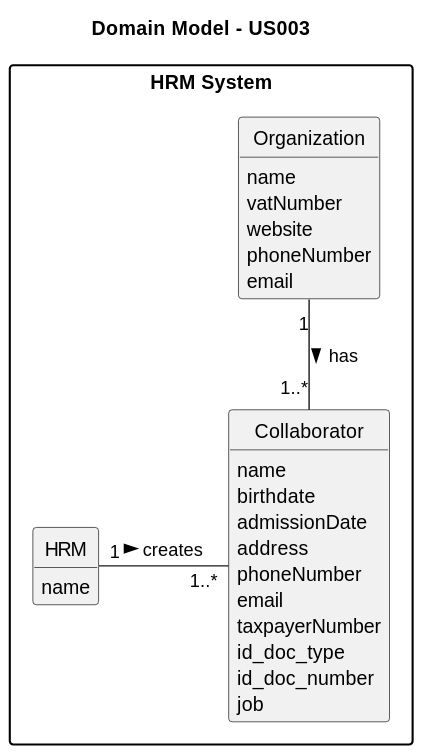
Before: docs/sprintA/us003/02.analysis/svg/us003-domain-model.svg, a diagram exported from PlantUML (SAEmanuel/Green_Spaces_Management_ISEP).
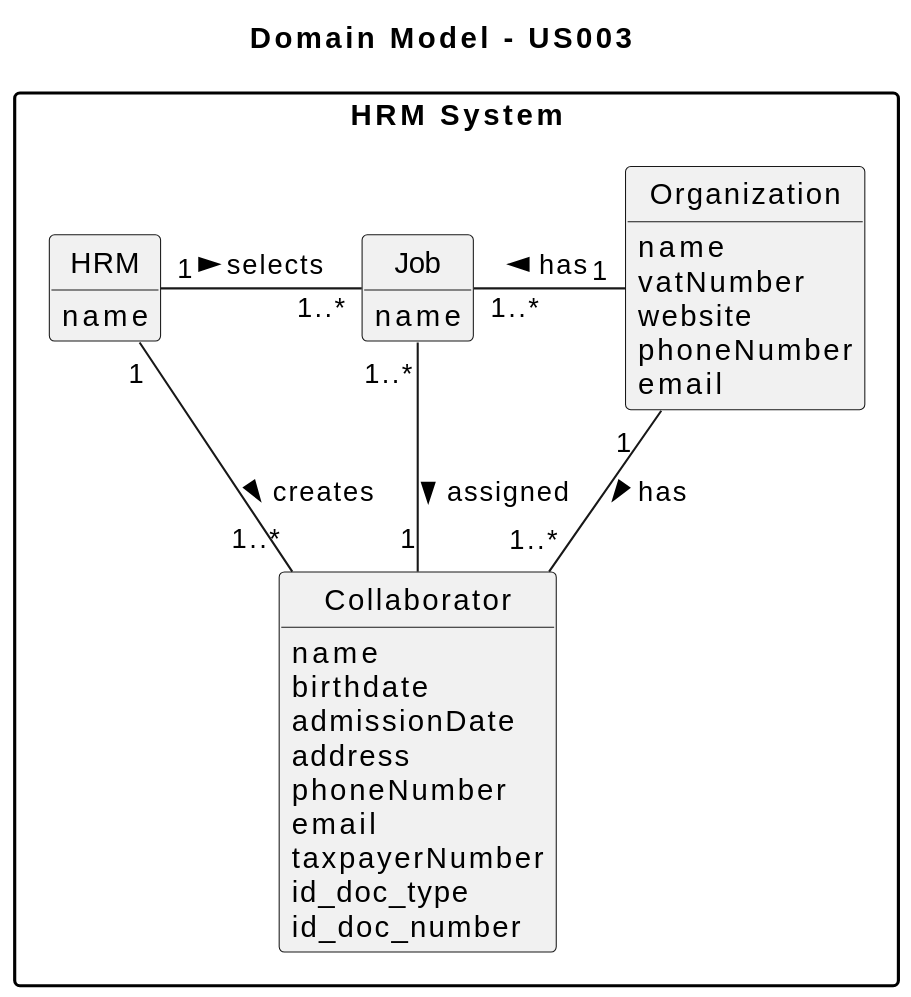
The same diagram one commit later.

Diff of the diagram source:
```diff
@@ -30,7 +30,10 @@
         taxpayerNumber
         id_doc_type
         id_doc_number
-        job
+    }
+
+    class Job {
+        name
     }
 
     class HRM {
@@ -38,7 +41,10 @@
     }
 
     HRM "1" - "1..*" Collaborator : creates >
-    Organization "1" -- "1..*" Collaborator : has >
+    Organization "1  " -- "1..*" Collaborator : has >
+    HRM "1" - "1..*" Job : selects >
+    Job "1..*" - "1" Collaborator : assigned >
+    Job "1..*" - "1" Organization : has <
 
 
 }
```
